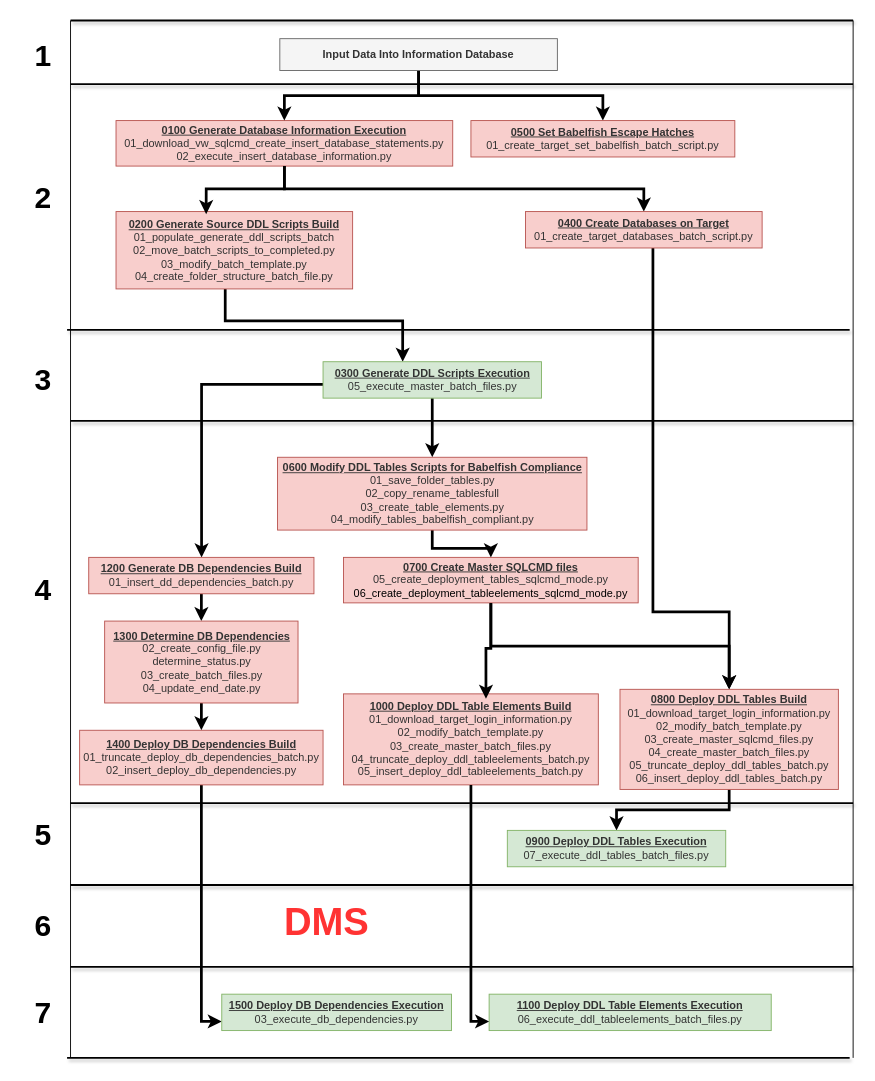
smpetersgithub/draw-diagrams-depot keeps this draw.io diagram as Babelfish Deployment Utility Alpha.drawio. Above is the earlier version. Source tidied: cells renumbered, new cells numbered last; positions are measured from the earlier drawing's top-left corner, leaving out a move shared by most shapes. Both pictures are drawn from the tidied source at 91%, with x=0, y=0 at pixel (15, 20).
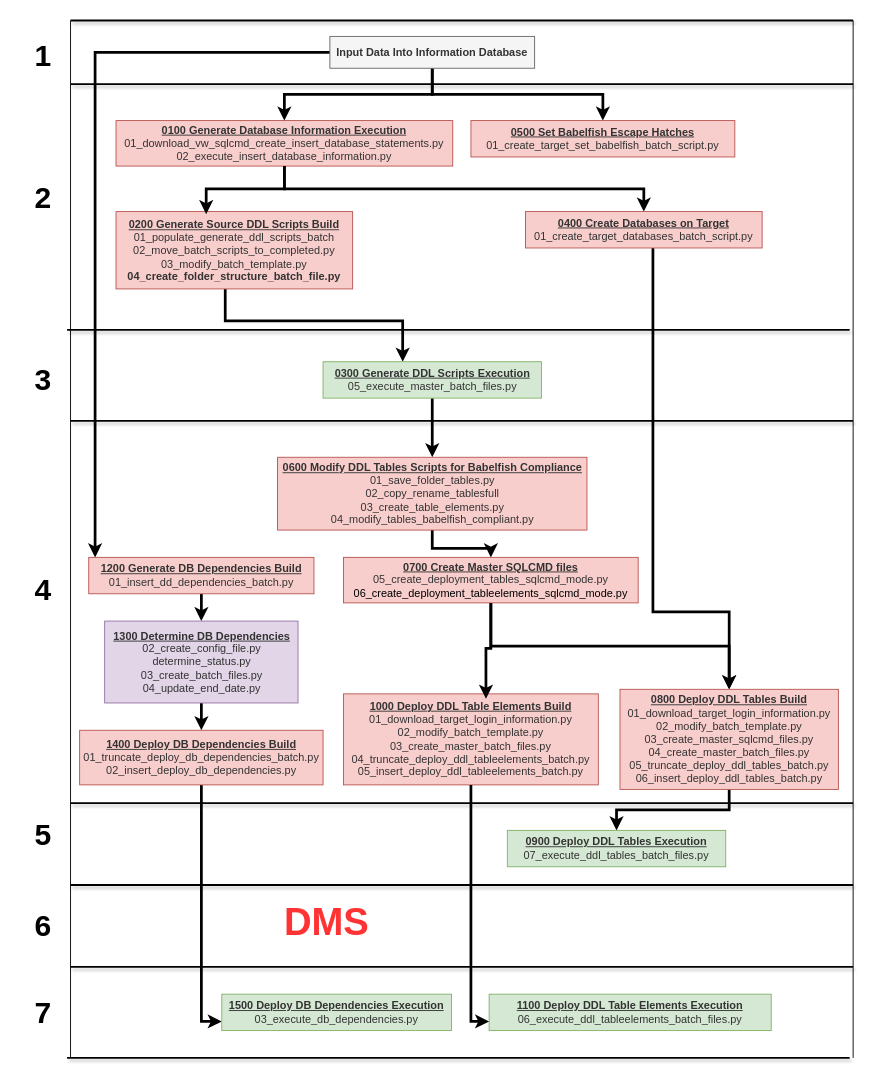
After the change.

The change refers to these unchanged cells:
```xml
<mxCell id="10" value="&lt;span style=&quot;color: rgb(51, 51, 51);&quot;&gt;&lt;b&gt;&lt;u&gt;0300 Generate DDL Scripts Execution&lt;/u&gt;&lt;/b&gt;&lt;/span&gt;&lt;div&gt;&lt;font color=&quot;#333333&quot;&gt;05_execute_master_batch_files.py&lt;/font&gt;&lt;br&gt;&lt;/div&gt;" style="rounded=0;whiteSpace=wrap;html=1;fillColor=#d5e8d4;strokeColor=#82b366;" parent="1" vertex="1">
  <mxGeometry x="337.5" y="375" width="240" height="40" as="geometry" />
</mxCell>
<mxCell id="23" value="&lt;span style=&quot;color: rgb(51, 51, 51);&quot;&gt;&lt;b&gt;&lt;u&gt;1200 Generate DB Dependencies Build&lt;/u&gt;&lt;/b&gt;&lt;/span&gt;&lt;div&gt;&lt;font color=&quot;#333333&quot;&gt;01_insert_dd_dependencies_batch.py&lt;/font&gt;&lt;br&gt;&lt;/div&gt;" style="rounded=0;whiteSpace=wrap;html=1;fillColor=#f8cecc;strokeColor=#b85450;" parent="1" vertex="1">
  <mxGeometry x="80" y="590" width="247.5" height="40" as="geometry" />
</mxCell>
```

What changed in the source:
```diff
@@
+    <mxCell id="52" style="edgeStyle=orthogonalEdgeStyle;rounded=0;jettySize=auto;html=1;strokeWidth=3;" parent="1" edge="1" source="5" target="23">
+      <mxGeometry relative="1" as="geometry">
+        <Array as="points">
+          <mxPoint x="87" y="35" />
+        </Array>
+      </mxGeometry>
+    </mxCell>
     <mxCell id="5" value="&lt;span style=&quot;color: rgb(51, 51, 51);&quot;&gt;&lt;b&gt;Input Data Into Information Database&lt;/b&gt;&lt;/span&gt;" style="rounded=0;whiteSpace=wrap;html=1;points=[[0,0,0,0,0],[0,0.25,0,0,0],[0,0.5,0,0,0],[0,0.75,0,0,0],[0,1,0,0,0],[0.25,0,0,0,0],[0.25,1,0,0,0],[0.5,0,0,0,0],[0.5,1,0,0,0],[0.75,0,0,0,0],[0.75,1,0,0,0],[1,0,0,0,0],[1,0.25,0,0,0],[1,0.5,0,0,0],[1,0.75,0,0,0],[1,1,0,0,0]];fillColor=#f5f5f5;fontColor=#333333;strokeColor=#666666;" parent="1" vertex="1">
-      <mxGeometry x="290" y="20" width="305" height="35" as="geometry" />
+      <mxGeometry x="345" y="17.5" width="225" height="35" as="geometry" />
     </mxCell>
@@
-    <mxCell id="7" value="&lt;span style=&quot;color: rgb(51, 51, 51);&quot;&gt;&lt;b&gt;&lt;u&gt;0200 Generate Source DDL Scripts Build&lt;/u&gt;&lt;/b&gt;&lt;/span&gt;&lt;div&gt;&lt;font color=&quot;#333333&quot;&gt;01_populate_generate_ddl_scripts_batch&lt;/font&gt;&lt;br&gt;&lt;/div&gt;&lt;div&gt;&lt;font color=&quot;#333333&quot;&gt;02_move_batch_scripts_to_completed.py&lt;br&gt;&lt;/font&gt;&lt;/div&gt;&lt;div&gt;&lt;font color=&quot;#333333&quot;&gt;03_modify_batch_template.py&lt;br&gt;&lt;/font&gt;&lt;/div&gt;&lt;div&gt;&lt;font color=&quot;#333333&quot;&gt;04_create_folder_structure_batch_file.py&lt;/font&gt;&lt;/div&gt;" style="rounded=0;whiteSpace=wrap;html=1;fillColor=#f8cecc;strokeColor=#b85450;" parent="1" vertex="1">
+    <mxCell id="7" value="&lt;span style=&quot;color: rgb(51, 51, 51);&quot;&gt;&lt;b&gt;&lt;u&gt;0200 Generate Source DDL Scripts Build&lt;/u&gt;&lt;/b&gt;&lt;/span&gt;&lt;div&gt;&lt;font color=&quot;#333333&quot;&gt;01_populate_generate_ddl_scripts_batch&lt;/font&gt;&lt;br&gt;&lt;/div&gt;&lt;div&gt;&lt;font color=&quot;#333333&quot;&gt;02_move_batch_scripts_to_completed.py&lt;br&gt;&lt;/font&gt;&lt;/div&gt;&lt;div&gt;&lt;font color=&quot;#333333&quot;&gt;03_modify_batch_template.py&lt;br&gt;&lt;/font&gt;&lt;/div&gt;&lt;div&gt;&lt;font color=&quot;#333333&quot;&gt;&lt;b&gt;04_create_folder_structure_batch_file.py&lt;/b&gt;&lt;/font&gt;&lt;/div&gt;" style="rounded=0;whiteSpace=wrap;html=1;fillColor=#f8cecc;strokeColor=#b85450;" parent="1" vertex="1">
       <mxGeometry x="110" y="210" width="260" height="85" as="geometry" />
     </mxCell>
@@
-    <mxCell id="9" style="edgeStyle=orthogonalEdgeStyle;rounded=0;jettySize=auto;html=1;strokeWidth=3;" parent="1" edge="1" source="10" target="23">
-      <mxGeometry relative="1" as="geometry">
-        <Array as="points">
-          <mxPoint x="204" y="400" />
-        </Array>
-      </mxGeometry>
-    </mxCell>
@@
-    <mxCell id="25" value="&lt;span style=&quot;color: rgb(51, 51, 51);&quot;&gt;&lt;b&gt;&lt;u&gt;1300 Determine DB Dependencies&lt;/u&gt;&lt;/b&gt;&lt;/span&gt;&lt;div&gt;&lt;font color=&quot;#333333&quot;&gt;02_create_config_file.py&lt;/font&gt;&lt;br&gt;&lt;/div&gt;&lt;div&gt;&lt;font color=&quot;#333333&quot;&gt;determine_status.py&lt;br&gt;&lt;/font&gt;&lt;/div&gt;&lt;div&gt;&lt;font color=&quot;#333333&quot;&gt;03_create_batch_files.py&lt;/font&gt;&lt;/div&gt;&lt;div&gt;&lt;font color=&quot;#333333&quot;&gt;04_update_end_date.py&lt;br&gt;&lt;/font&gt;&lt;/div&gt;" style="rounded=0;whiteSpace=wrap;html=1;fillColor=#f8cecc;strokeColor=#b85450;" parent="1" vertex="1">
+    <mxCell id="25" value="&lt;span style=&quot;color: rgb(51, 51, 51);&quot;&gt;&lt;b&gt;&lt;u&gt;1300 Determine DB Dependencies&lt;/u&gt;&lt;/b&gt;&lt;/span&gt;&lt;div&gt;&lt;font color=&quot;#333333&quot;&gt;02_create_config_file.py&lt;/font&gt;&lt;br&gt;&lt;/div&gt;&lt;div&gt;&lt;font color=&quot;#333333&quot;&gt;determine_status.py&lt;br&gt;&lt;/font&gt;&lt;/div&gt;&lt;div&gt;&lt;font color=&quot;#333333&quot;&gt;03_create_batch_files.py&lt;/font&gt;&lt;/div&gt;&lt;div&gt;&lt;font color=&quot;#333333&quot;&gt;04_update_end_date.py&lt;br&gt;&lt;/font&gt;&lt;/div&gt;" style="rounded=0;whiteSpace=wrap;html=1;fillColor=#e1d5e7;strokeColor=#9673a6;" parent="1" vertex="1">
       <mxGeometry x="97.5" y="660" width="212.5" height="90" as="geometry" />
     </mxCell>
```
